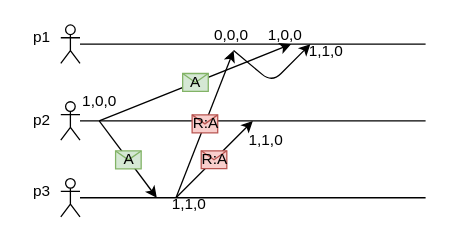
This is page "causal ordering" (3 of 3) of docs/drawings/group_com.drawio from lasarojc/ds_notes, a draw.io file, before an edit. Source tidied: cells renumbered, new cells numbered last; positions are measured from the earlier drawing's top-left corner, leaving out a move shared by most shapes. Both pictures are drawn from the tidied source at 128%, with x=0, y=0 at pixel (22, 22).
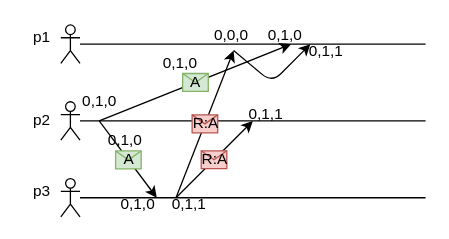
The same page after the edit.

Unchanged cells that the change refers to:
```xml
<mxCell id="2" style="group;" parent="1" vertex="1">
  <mxGeometry x="30" y="2" width="285" height="150" as="geometry" />
</mxCell>
```

Diff of the diagram source:
```diff
@@
-    <mxCell id="18" value="1,0,0" style="text;html=1;align=center;verticalAlign=middle;fontColor=#000000;" parent="2" vertex="1">
+    <mxCell id="18" value="0,1,0" style="text;html=1;align=center;verticalAlign=middle;fontColor=#000000;" parent="2" vertex="1">
       <mxGeometry x="10" y="50" width="40" height="20" as="geometry" />
     </mxCell>
-    <mxCell id="19" value="1,1,0" style="text;html=1;align=center;verticalAlign=middle;fontColor=#000000;" parent="2" vertex="1">
+    <mxCell id="19" value="0,1,1" style="text;html=1;align=center;verticalAlign=middle;fontColor=#000000;" parent="2" vertex="1">
       <mxGeometry x="80" y="130" width="40" height="20" as="geometry" />
     </mxCell>
-    <mxCell id="20" value="1,1,0" style="text;html=1;align=center;verticalAlign=middle;fontColor=#000000;" parent="2" vertex="1">
-      <mxGeometry x="140" y="80" width="40" height="20" as="geometry" />
+    <mxCell id="20" value="0,1,1" style="text;html=1;align=center;verticalAlign=middle;fontColor=#000000;" parent="2" vertex="1">
+      <mxGeometry x="140" y="60" width="40" height="20" as="geometry" />
     </mxCell>
@@
-    <mxCell id="22" value="1,0,0" style="text;html=1;align=center;verticalAlign=middle;fontColor=#000000;" parent="2" vertex="1">
+    <mxCell id="22" value="0,1,0" style="text;html=1;align=center;verticalAlign=middle;fontColor=#000000;" parent="2" vertex="1">
       <mxGeometry x="155" y="-2" width="40" height="20" as="geometry" />
     </mxCell>
-    <mxCell id="23" value="1,1,0" style="text;html=1;align=center;verticalAlign=middle;fontColor=#000000;" parent="2" vertex="1">
+    <mxCell id="23" value="0,1,1" style="text;html=1;align=center;verticalAlign=middle;fontColor=#000000;" parent="2" vertex="1">
       <mxGeometry x="187" y="11" width="40" height="20" as="geometry" />
     </mxCell>
+    <mxCell id="27" value="0,1,0" style="text;html=1;align=center;verticalAlign=middle;fontColor=#000000;" parent="2" vertex="1">
+      <mxGeometry x="30" y="80" width="40" height="20" as="geometry" />
+    </mxCell>
+    <mxCell id="28" value="0,1,0" style="text;html=1;align=center;verticalAlign=middle;fontColor=#000000;" parent="2" vertex="1">
+      <mxGeometry x="73" y="20" width="40" height="20" as="geometry" />
+    </mxCell>
+    <mxCell id="29" value="0,1,0" style="text;html=1;align=center;verticalAlign=middle;fontColor=#000000;" parent="2" vertex="1">
+      <mxGeometry x="40" y="130" width="40" height="20" as="geometry" />
+    </mxCell>
```
